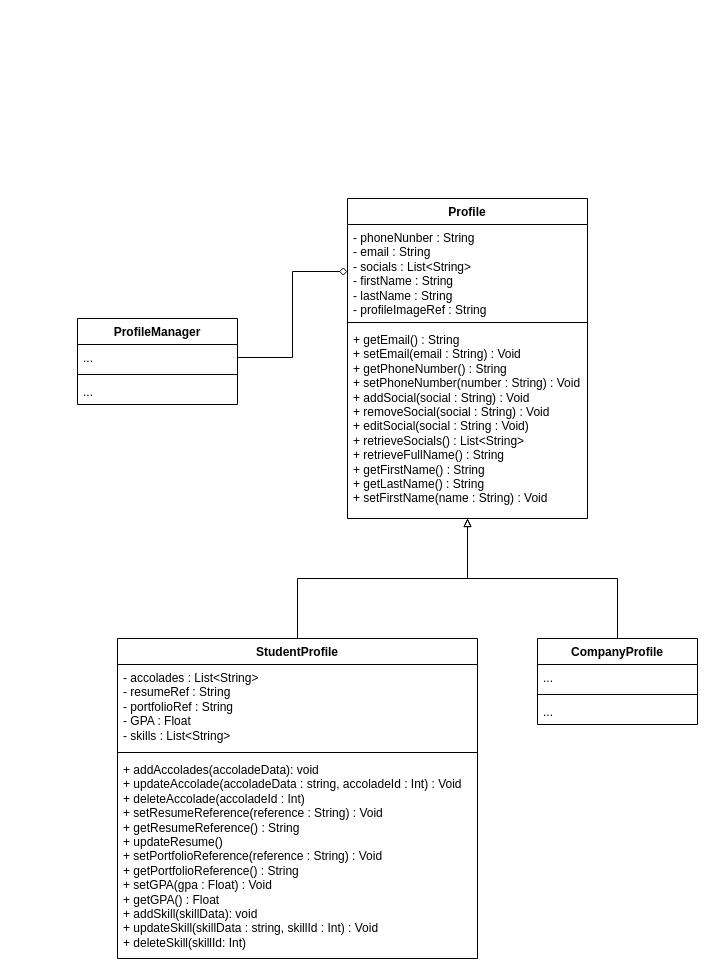
Before: 03_Team_Work/Team4/Milestone_4_Interfaces_and_Data_Structures/Working/SS_M4_Team4_StudentProfileClassDiagram_V01.drawio in JmmonJeremy/CareerBound-SDD, a draw.io diagram. Source tidied: cells renumbered, new cells numbered last; positions are measured from the earlier drawing's top-left corner, leaving out a move shared by most shapes. Both pictures are drawn from the tidied source at 100%, with x=0, y=0 at pixel (77, 198).
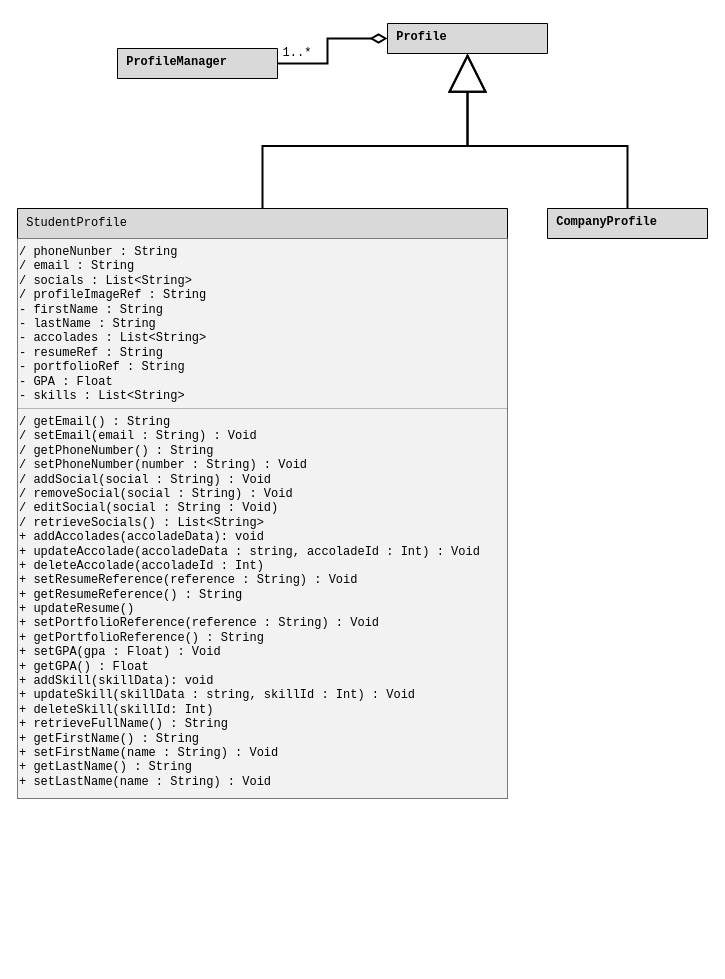
The same diagram, later.

Commit message (it also covers changes not shown here):
Added studentProfile & ProfileImageManager class diagrams to Team4QA folder

Diff of the diagram source:
```diff
@@
-    <mxCell id="2" style="edgeStyle=orthogonalEdgeStyle;rounded=0;jettySize=auto;html=1;endArrow=block;endFill=0;" parent="1" edge="1" source="3" target="12">
+    <mxCell id="2" style="edgeStyle=orthogonalEdgeStyle;rounded=0;jettySize=auto;html=1;endArrow=block;endFill=0;exitX=0.5;exitY=0;exitDx=0;exitDy=0;entryX=0.5;entryY=1;entryDx=0;entryDy=0;fontFamily=Courier New;strokeWidth=2;endSize=34;" parent="1" edge="1" source="3" target="12">
       <mxGeometry relative="1" as="geometry" />
     </mxCell>
+    <mxCell id="11" style="edgeStyle=orthogonalEdgeStyle;rounded=0;jettySize=auto;html=1;endArrow=diamondThin;endFill=0;entryX=0;entryY=0.5;entryDx=0;entryDy=0;exitX=1;exitY=0.5;exitDx=0;exitDy=0;fontFamily=Courier New;startSize=40;endSize=12;strokeWidth=2;" parent="1" edge="1" source="7" target="12">
+      <mxGeometry relative="1" as="geometry" />
+    </mxCell>
+    <mxCell id="16" style="edgeStyle=orthogonalEdgeStyle;rounded=0;jettySize=auto;html=1;endArrow=block;endFill=0;exitX=0.5;exitY=0;exitDx=0;exitDy=0;entryX=0.5;entryY=1;entryDx=0;entryDy=0;fontFamily=Courier New;strokeWidth=2;endSize=34;" parent="1" edge="1" source="17" target="12">
+      <mxGeometry relative="1" as="geometry" />
+    </mxCell>
+    <mxCell id="21" style="verticalLabelPosition=bottom;verticalAlign=top;html=1;shape=mxgraph.basic.rect;fillColor2=none;strokeWidth=1;size=20;indent=5;fontFamily=Courier New;align=left;fillColor=#D9D9D9;" parent="1" vertex="1">
+      <mxGeometry x="470" y="10" width="160" height="30" as="geometry" />
+    </mxCell>
+    <mxCell id="17" value="&lt;span style=&quot;font-weight: 700;&quot;&gt;&amp;nbsp;CompanyProfile&lt;/span&gt;" style="text;html=1;whiteSpace=wrap;strokeColor=none;fillColor=none;align=left;verticalAlign=top;rounded=0;fontFamily=Courier New;" parent="1" vertex="1">
+      <mxGeometry x="470" y="10" width="160" height="30" as="geometry" />
+    </mxCell>
+    <mxCell id="22" style="verticalLabelPosition=bottom;verticalAlign=top;html=1;shape=mxgraph.basic.rect;fillColor2=none;strokeWidth=1;size=20;indent=5;fontFamily=Courier New;align=left;fillColor=#D9D9D9;" parent="1" vertex="1">
+      <mxGeometry x="40" y="-150" width="160" height="30" as="geometry" />
+    </mxCell>
+    <mxCell id="7" value="&lt;span style=&quot;font-weight: 700;&quot;&gt;&amp;nbsp;ProfileManager&lt;/span&gt;" style="text;html=1;whiteSpace=wrap;strokeColor=none;fillColor=none;align=left;verticalAlign=top;rounded=0;fontFamily=Courier New;" parent="1" vertex="1">
+      <mxGeometry x="40" y="-150" width="160" height="30" as="geometry" />
+    </mxCell>
-    <mxCell id="3" value="StudentProfile" style="swimlane;fontStyle=1;align=center;verticalAlign=top;horizontal=1;startSize=26;whiteSpace=wrap;html=1;" parent="1" vertex="1">
-      <mxGeometry x="40" y="440" width="360" height="320" as="geometry" />
+    <mxCell id="3" value=" StudentProfile" style="shape=table;startSize=30;childLayout=tableLayout;fixedHeader=1;align=left;verticalAlign=top;fontFamily=Courier New;fillColor=#D9D9D9;" parent="1" vertex="1">
+      <mxGeometry x="-60" y="10" width="490" height="590" as="geometry" />
     </mxCell>
-    <mxCell id="4" value="- accolades : List&amp;lt;String&amp;gt;&lt;div&gt;- resumeRef : String&lt;/div&gt;&lt;div&gt;- portfolioRef : String&lt;/div&gt;&lt;div&gt;- GPA : Float&lt;/div&gt;&lt;div&gt;- skills : List&amp;lt;String&amp;gt;&lt;/div&gt;" style="text;strokeColor=none;fillColor=none;align=left;verticalAlign=top;spacingLeft=4;spacingRight=4;overflow=hidden;whiteSpace=wrap;html=1;" parent="3" vertex="1">
-      <mxGeometry y="26" width="360" height="84" as="geometry" />
-    </mxCell>
-    <mxCell id="5" style="line;strokeWidth=1;fillColor=none;align=left;verticalAlign=middle;spacingTop=-1;spacingLeft=3;spacingRight=3;labelPosition=right;strokeColor=inherit;" parent="3" vertex="1">
-      <mxGeometry y="110" width="360" height="8" as="geometry" />
-    </mxCell>
-    <mxCell id="6" value="+ addAccolades(accoladeData): void&lt;div&gt;+ updateAccolade(accoladeData : string, accoladeId : Int) : Void&lt;/div&gt;&lt;div&gt;+ deleteAccolade(accoladeId : Int)&lt;/div&gt;&lt;div&gt;+ setResumeReference(reference : String) : Void&lt;/div&gt;&lt;div&gt;+ getResumeReference() : String&lt;/div&gt;&lt;div&gt;+ updateResume()&lt;/div&gt;&lt;div&gt;+ setPortfolioReference(reference : String) : Void&lt;/div&gt;&lt;div&gt;+ getPortfolioReference() : String&lt;/div&gt;&lt;div&gt;+ setGPA(gpa : Float) : Void&lt;/div&gt;&lt;div&gt;+ getGPA() : Float&lt;/div&gt;&lt;div&gt;+ addSkill(skillData): void&lt;div&gt;+ updateSkill(skillData : string, skillId : Int) : Void&lt;/div&gt;&lt;div&gt;+ deleteSkill(skillId: Int)&lt;/div&gt;&lt;/div&gt;" style="text;strokeColor=none;fillColor=none;align=left;verticalAlign=top;spacingLeft=4;spacingRight=4;overflow=hidden;whiteSpace=wrap;html=1;" parent="3" vertex="1">
-      <mxGeometry y="118" width="360" height="202" as="geometry" />
-    </mxCell>
-    <mxCell id="7" value="ProfileManager" style="swimlane;fontStyle=1;align=center;verticalAlign=top;horizontal=1;startSize=26;whiteSpace=wrap;html=1;" parent="1" vertex="1">
-      <mxGeometry y="120" width="160" height="86" as="geometry" />
-    </mxCell>
-    <mxCell id="8" value="..." style="text;strokeColor=none;fillColor=none;align=left;verticalAlign=top;spacingLeft=4;spacingRight=4;overflow=hidden;points=[[0,0.5],[1,0.5]];portConstraint=eastwest;whiteSpace=wrap;html=1;" parent="7" vertex="1">
-      <mxGeometry y="26" width="160" height="26" as="geometry" />
-    </mxCell>
-    <mxCell id="9" style="line;strokeWidth=1;fillColor=none;align=left;verticalAlign=middle;spacingTop=-1;spacingLeft=3;spacingRight=3;labelPosition=right;strokeColor=inherit;" parent="7" vertex="1">
-      <mxGeometry y="52" width="160" height="8" as="geometry" />
-    </mxCell>
-    <mxCell id="10" value="..." style="text;strokeColor=none;fillColor=none;align=left;verticalAlign=top;spacingLeft=4;spacingRight=4;overflow=hidden;whiteSpace=wrap;html=1;" parent="7" vertex="1">
-      <mxGeometry y="60" width="160" height="26" as="geometry" />
-    </mxCell>
-    <mxCell id="11" style="edgeStyle=orthogonalEdgeStyle;rounded=0;jettySize=auto;html=1;endArrow=diamond;endFill=0;entryX=0;entryY=0.5;entryDx=0;entryDy=0;" parent="1" edge="1" source="8" target="13">
-      <mxGeometry relative="1" as="geometry" />
-    </mxCell>
+    <mxCell id="23" style="shape=tableRow;horizontal=0;startSize=0;swimlaneHead=0;swimlaneBody=0;strokeColor=inherit;top=0;left=0;bottom=0;right=0;fillColor=none;fixedHeader=1;align=left;verticalAlign=top;fontFamily=Courier New;" parent="3" vertex="1">
+      <mxGeometry y="30" width="490" height="170" as="geometry" />
+    </mxCell>
+    <mxCell id="24" value="&lt;div style=&quot;&quot;&gt;&lt;div&gt;/ phoneNunber : String&lt;div&gt;/ email : String&lt;/div&gt;&lt;div&gt;/ socials : List&amp;lt;String&amp;gt;&lt;/div&gt;&lt;div&gt;/ profileImageRef : String&lt;/div&gt;&lt;/div&gt;&lt;div&gt;- firstName : String&lt;/div&gt;&lt;div&gt;- lastName : String&lt;/div&gt;&lt;/div&gt;&lt;span style=&quot;&quot;&gt;- accolades : List&amp;lt;String&amp;gt;&lt;/span&gt;&lt;div style=&quot;&quot;&gt;- resumeRef : String&lt;/div&gt;&lt;div style=&quot;&quot;&gt;- portfolioRef : String&lt;/div&gt;&lt;div style=&quot;&quot;&gt;- GPA : Float&lt;/div&gt;&lt;div style=&quot;&quot;&gt;- skills : List&amp;lt;String&amp;gt;&lt;/div&gt;" style="shape=partialRectangle;html=1;whiteSpace=wrap;strokeColor=inherit;overflow=hidden;fillColor=#F2F2F2;top=0;left=0;bottom=0;right=0;align=left;verticalAlign=top;fontFamily=Courier New;" parent="23" vertex="1">
+      <mxGeometry width="490" height="170" as="geometry" />
+    </mxCell>
+    <mxCell id="25" style="shape=tableRow;horizontal=0;startSize=0;swimlaneHead=0;swimlaneBody=0;strokeColor=inherit;top=0;left=0;bottom=0;right=0;fillColor=none;fixedHeader=1;align=left;verticalAlign=top;fontFamily=Courier New;" parent="3" vertex="1">
+      <mxGeometry y="200" width="490" height="390" as="geometry" />
+    </mxCell>
+    <mxCell id="26" value="&lt;div&gt;/ getEmail() : String&lt;div&gt;/ setEmail(email : String) : Void&lt;/div&gt;&lt;div&gt;/ getPhoneNumber() : String&lt;/div&gt;&lt;div&gt;/ setPhoneNumber(number : String) : Void&lt;/div&gt;&lt;div&gt;/ addSocial(social : String) : Void&lt;/div&gt;&lt;div&gt;/ removeSocial(social : String) : Void&lt;/div&gt;&lt;div&gt;/ editSocial(social : String : Void)&lt;/div&gt;&lt;div&gt;/ retrieveSocials() : List&amp;lt;String&amp;gt;&lt;/div&gt;&lt;/div&gt;&lt;span style=&quot;&quot;&gt;+ addAccolades(accoladeData): void&lt;/span&gt;&lt;div style=&quot;&quot;&gt;+ updateAccolade(accoladeData : string, accoladeId : Int) : Void&lt;/div&gt;&lt;div style=&quot;&quot;&gt;+ deleteAccolade(accoladeId : Int)&lt;/div&gt;&lt;div style=&quot;&quot;&gt;+ setResumeReference(reference : String) : Void&lt;/div&gt;&lt;div style=&quot;&quot;&gt;+ getResumeReference() : String&lt;/div&gt;&lt;div style=&quot;&quot;&gt;+ updateResume()&lt;/div&gt;&lt;div style=&quot;&quot;&gt;+ setPortfolioReference(reference : String) : Void&lt;/div&gt;&lt;div style=&quot;&quot;&gt;+ getPortfolioReference() : String&lt;/div&gt;&lt;div style=&quot;&quot;&gt;+ setGPA(gpa : Float) : Void&lt;/div&gt;&lt;div style=&quot;&quot;&gt;+ getGPA() : Float&lt;/div&gt;&lt;div style=&quot;&quot;&gt;+ addSkill(skillData): void&lt;div&gt;+ updateSkill(skillData : string, skillId : Int) : Void&lt;/div&gt;&lt;div&gt;+ deleteSkill(skillId: Int)&lt;/div&gt;&lt;/div&gt;&lt;div style=&quot;&quot;&gt;&lt;div&gt;+ retrieveFullName() : String&lt;/div&gt;&lt;div&gt;+ getFirstName() : String&lt;/div&gt;&lt;div&gt;+ setFirstName(name : String) : Void&lt;/div&gt;&lt;div&gt;+ getLastName() : String&lt;/div&gt;&lt;div&gt;+ setLastName(name : String) : Void&lt;/div&gt;&lt;/div&gt;" style="shape=partialRectangle;html=1;whiteSpace=wrap;strokeColor=inherit;overflow=hidden;fillColor=#F2F2F2;top=0;left=0;bottom=0;right=0;align=left;verticalAlign=top;fontFamily=Courier New;" parent="25" vertex="1">
+      <mxGeometry width="490" height="390" as="geometry" />
+    </mxCell>
+    <mxCell id="27" style="verticalLabelPosition=bottom;verticalAlign=top;html=1;shape=mxgraph.basic.rect;fillColor2=none;strokeWidth=1;size=20;indent=5;fontFamily=Courier New;align=left;fillColor=#D9D9D9;" parent="1" vertex="1">
+      <mxGeometry x="310" y="-175" width="160" height="30" as="geometry" />
+    </mxCell>
-    <mxCell id="12" value="Profile" style="swimlane;fontStyle=1;align=center;verticalAlign=top;horizontal=1;startSize=26;whiteSpace=wrap;html=1;" parent="1" vertex="1">
-      <mxGeometry x="270" width="240" height="320" as="geometry" />
+    <mxCell id="12" value="&lt;span style=&quot;font-weight: 700;&quot;&gt;&amp;nbsp;Profile&lt;/span&gt;" style="text;html=1;whiteSpace=wrap;strokeColor=none;fillColor=none;align=left;verticalAlign=top;rounded=0;fontFamily=Courier New;" parent="1" vertex="1">
+      <mxGeometry x="310" y="-175" width="160" height="30" as="geometry" />
     </mxCell>
-    <mxCell id="13" value="- phoneNunber : String&lt;div&gt;- email : String&lt;/div&gt;&lt;div&gt;- socials : List&amp;lt;String&amp;gt;&lt;/div&gt;&lt;div&gt;- firstName : String&lt;/div&gt;&lt;div&gt;- lastName : String&lt;/div&gt;&lt;div&gt;- profileImageRef : String&lt;/div&gt;" style="text;strokeColor=none;fillColor=none;align=left;verticalAlign=top;spacingLeft=4;spacingRight=4;overflow=hidden;points=[[0,0.5],[1,0.5]];portConstraint=eastwest;whiteSpace=wrap;html=1;" parent="12" vertex="1">
-      <mxGeometry y="26" width="240" height="94" as="geometry" />
-    </mxCell>
-    <mxCell id="14" style="line;strokeWidth=1;fillColor=none;align=left;verticalAlign=middle;spacingTop=-1;spacingLeft=3;spacingRight=3;labelPosition=right;strokeColor=inherit;" parent="12" vertex="1">
-      <mxGeometry y="120" width="240" height="8" as="geometry" />
-    </mxCell>
-    <mxCell id="15" value="+ getEmail() : String&lt;div&gt;+ setEmail(email : String) : Void&lt;/div&gt;&lt;div&gt;+ getPhoneNumber() : String&lt;/div&gt;&lt;div&gt;+ setPhoneNumber(number : String) : Void&lt;/div&gt;&lt;div&gt;+ addSocial(social : String) : Void&lt;/div&gt;&lt;div&gt;+ removeSocial(social : String) : Void&lt;/div&gt;&lt;div&gt;+ editSocial(social : String : Void)&lt;/div&gt;&lt;div&gt;+ retrieveSocials() : List&amp;lt;String&amp;gt;&lt;/div&gt;&lt;div&gt;+ retrieveFullName() : String&lt;/div&gt;&lt;div&gt;+ getFirstName() : String&lt;/div&gt;&lt;div&gt;+ getLastName() : String&lt;/div&gt;&lt;div&gt;+ setFirstName(name : String) : Void&lt;/div&gt;&lt;div&gt;&lt;br&gt;&lt;/div&gt;" style="text;strokeColor=none;fillColor=none;align=left;verticalAlign=top;spacingLeft=4;spacingRight=4;overflow=hidden;whiteSpace=wrap;html=1;" parent="12" vertex="1">
-      <mxGeometry y="128" width="240" height="192" as="geometry" />
-    </mxCell>
-    <mxCell id="16" style="edgeStyle=orthogonalEdgeStyle;rounded=0;jettySize=auto;html=1;endArrow=block;endFill=0;" parent="1" edge="1" source="17" target="12">
-      <mxGeometry relative="1" as="geometry" />
-    </mxCell>
-    <mxCell id="17" value="CompanyProfile" style="swimlane;fontStyle=1;align=center;verticalAlign=top;horizontal=1;startSize=26;whiteSpace=wrap;html=1;" parent="1" vertex="1">
-      <mxGeometry x="460" y="440" width="160" height="86" as="geometry" />
-    </mxCell>
-    <mxCell id="18" value="..." style="text;strokeColor=none;fillColor=none;align=left;verticalAlign=top;spacingLeft=4;spacingRight=4;overflow=hidden;whiteSpace=wrap;html=1;" parent="17" vertex="1">
-      <mxGeometry y="26" width="160" height="26" as="geometry" />
-    </mxCell>
-    <mxCell id="19" style="line;strokeWidth=1;fillColor=none;align=left;verticalAlign=middle;spacingTop=-1;spacingLeft=3;spacingRight=3;labelPosition=right;strokeColor=inherit;" parent="17" vertex="1">
-      <mxGeometry y="52" width="160" height="8" as="geometry" />
-    </mxCell>
-    <mxCell id="20" value="..." style="text;strokeColor=none;fillColor=none;align=left;verticalAlign=top;spacingLeft=4;spacingRight=4;overflow=hidden;whiteSpace=wrap;html=1;" parent="17" vertex="1">
-      <mxGeometry y="60" width="160" height="26" as="geometry" />
-    </mxCell>
+    <mxCell id="28" value="1..*" style="text;html=1;whiteSpace=wrap;strokeColor=none;fillColor=none;align=center;verticalAlign=middle;rounded=0;fontFamily=Courier New;" parent="1" vertex="1">
+      <mxGeometry x="210" y="-160" width="20" height="30" as="geometry" />
+    </mxCell>
```
